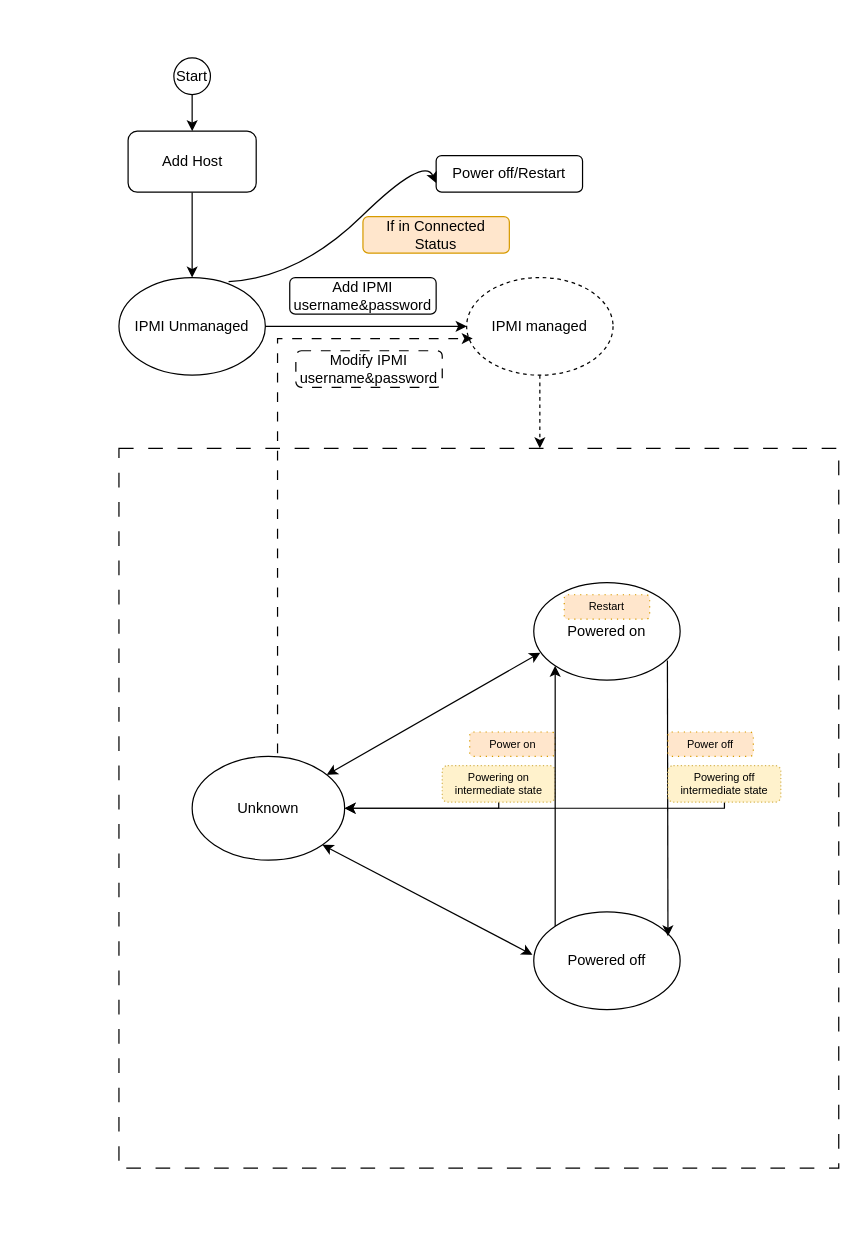
This is Host Power Status.drawio from Hanan-Deng/zstack, a draw.io file, before an edit. Source tidied: cells renumbered, new cells numbered last; positions are measured from the earlier drawing's top-left corner, leaving out a move shared by most shapes. Both pictures are drawn from the tidied source at 122%, with x=0, y=0 at pixel (118, 57).
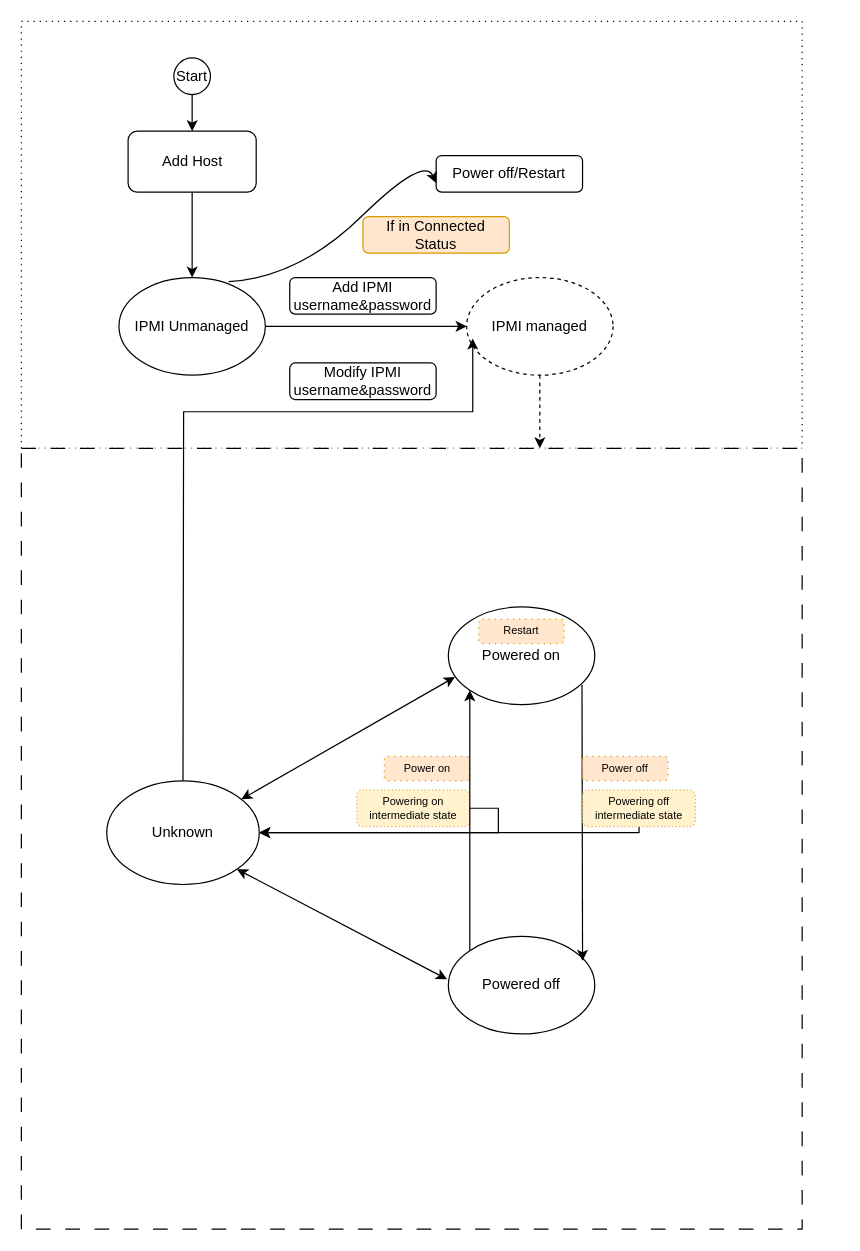
The same page after the edit.

The edit, as a diff of the source:
```diff
@@
+    <mxCell id="31" style="rounded=0;whiteSpace=wrap;html=1;dashed=1;dashPattern=1 4;" parent="1" vertex="1">
+      <mxGeometry x="-80" y="-30" width="640" height="350" as="geometry" />
+    </mxCell>
     <mxCell id="2" style="whiteSpace=wrap;html=1;dashed=1;dashPattern=12 12;" parent="1" vertex="1">
-      <mxGeometry y="320" width="590" height="590" as="geometry" />
+      <mxGeometry x="-80" y="320" width="640" height="640" as="geometry" />
     </mxCell>
     <mxCell id="3" value="Powered on" style="ellipse;whiteSpace=wrap;html=1;" parent="1" vertex="1">
-      <mxGeometry x="340" y="430" width="120" height="80" as="geometry" />
+      <mxGeometry x="270" y="450" width="120" height="80" as="geometry" />
     </mxCell>
     <mxCell id="4" value="Powered off" style="ellipse;whiteSpace=wrap;html=1;" parent="1" vertex="1">
-      <mxGeometry x="340" y="700" width="120" height="80" as="geometry" />
+      <mxGeometry x="270" y="720" width="120" height="80" as="geometry" />
     </mxCell>
@@
     <mxCell id="7" value="Powering on&lt;br&gt;intermediate state" style="rounded=1;whiteSpace=wrap;html=1;dashed=1;dashPattern=1 2;fontSize=9;fillColor=#fff2cc;strokeColor=#d6b656;" parent="1" vertex="1">
-      <mxGeometry x="265" y="580" width="92.5" height="30" as="geometry" />
+      <mxGeometry x="195" y="600" width="92.5" height="30" as="geometry" />
     </mxCell>
     <mxCell id="8" value="Power on" style="rounded=1;whiteSpace=wrap;html=1;fontSize=9;dashed=1;dashPattern=1 4;rotation=0;fillColor=#ffe6cc;strokeColor=#d79b00;" parent="1" vertex="1">
-      <mxGeometry x="287.5" y="552.5" width="70" height="20" as="geometry" />
+      <mxGeometry x="217.5" y="572.5" width="70" height="20" as="geometry" />
     </mxCell>
@@
     <mxCell id="10" style="endArrow=classic;html=1;rounded=0;exitX=0.913;exitY=0.799;exitDx=0;exitDy=0;exitPerimeter=0;" parent="1" edge="1" source="3">
       <mxGeometry relative="1" as="geometry">
-        <mxPoint x="450" y="720" as="targetPoint" />
+        <mxPoint x="380" y="740" as="targetPoint" />
       </mxGeometry>
     </mxCell>
     <mxCell id="11" style="edgeStyle=orthogonalEdgeStyle;rounded=0;jettySize=auto;html=1;entryX=1;entryY=0.5;entryDx=0;entryDy=0;" parent="1" edge="1" source="12" target="23">
       <mxGeometry relative="1" as="geometry">
         <Array as="points">
-          <mxPoint x="496" y="615" />
+          <mxPoint x="426" y="635" />
         </Array>
       </mxGeometry>
     </mxCell>
     <mxCell id="12" value="Powering off&lt;br&gt;intermediate state" style="rounded=1;whiteSpace=wrap;html=1;dashed=1;dashPattern=1 2;fontSize=9;fillColor=#fff2cc;strokeColor=#d6b656;" parent="1" vertex="1">
-      <mxGeometry x="450" y="580" width="92.5" height="30" as="geometry" />
+      <mxGeometry x="380" y="600" width="92.5" height="30" as="geometry" />
     </mxCell>
     <mxCell id="13" value="Power off" style="rounded=1;whiteSpace=wrap;html=1;fontSize=9;dashed=1;dashPattern=1 4;rotation=0;fillColor=#ffe6cc;strokeColor=#d79b00;" parent="1" vertex="1">
-      <mxGeometry x="450" y="552.5" width="70" height="20" as="geometry" />
+      <mxGeometry x="380" y="572.5" width="70" height="20" as="geometry" />
     </mxCell>
     <mxCell id="14" value="Restart" style="rounded=1;whiteSpace=wrap;html=1;fontSize=9;dashed=1;dashPattern=1 4;rotation=0;fillColor=#ffe6cc;strokeColor=#d79b00;" parent="1" vertex="1">
-      <mxGeometry x="365" y="440" width="70" height="20" as="geometry" />
+      <mxGeometry x="295" y="460" width="70" height="20" as="geometry" />
     </mxCell>
@@
     <mxCell id="23" value="Unknown" style="ellipse;whiteSpace=wrap;html=1;" parent="1" vertex="1">
-      <mxGeometry x="60" y="572.5" width="125" height="85" as="geometry" />
+      <mxGeometry x="-10" y="592.5" width="125" height="85" as="geometry" />
     </mxCell>
@@
-    <mxCell id="29" style="endArrow=classic;html=1;rounded=0;dashed=1;dashPattern=8 8;" parent="1" edge="1">
+    <mxCell id="29" style="endArrow=classic;html=1;rounded=0;" parent="1" edge="1" source="23">
       <mxGeometry relative="1" as="geometry">
-        <mxPoint x="130" y="570" as="sourcePoint" />
         <mxPoint x="290" y="230" as="targetPoint" />
         <Array as="points">
-          <mxPoint x="130" y="230" />
+          <mxPoint x="53" y="290" />
+          <mxPoint x="170" y="290" />
+          <mxPoint x="290" y="290" />
         </Array>
       </mxGeometry>
     </mxCell>
-    <mxCell id="30" value="Modify IPMI username&amp;amp;password" style="rounded=1;whiteSpace=wrap;html=1;dashed=1;dashPattern=8 8;" parent="1" vertex="1">
-      <mxGeometry x="145" y="240" width="120" height="30" as="geometry" />
+    <mxCell id="30" value="Modify IPMI username&amp;amp;password" style="rounded=1;whiteSpace=wrap;html=1;" parent="1" vertex="1">
+      <mxGeometry x="140" y="250" width="120" height="30" as="geometry" />
     </mxCell>
```
